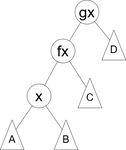
Before: splay_1.png, a diagram exported from draw.io (xglight/photo). Source tidied: cells renumbered, new cells last; positions are measured from the earlier drawing's top-left corner, leaving out a move shared by most shapes.
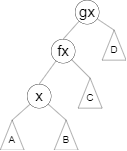
After the commit.

Change to the diagram source:
```diff
@@ -11,10 +11,10 @@
     <mxCell id="4" value="gx" style="ellipse;whiteSpace=wrap;html=1;fontSize=50;" parent="1" vertex="1">
       <mxGeometry x="260" width="80" height="80" as="geometry" />
     </mxCell>
-    <mxCell id="5" style="endArrow=none;html=1;rounded=0;" parent="1" edge="1" source="2" target="3">
+    <mxCell id="5" style="endArrow=none;html=1;rounded=0;exitX=0.5;exitY=0;exitDx=0;exitDy=0;" parent="1" edge="1" source="2" target="3">
       <mxGeometry relative="1" as="geometry" />
     </mxCell>
-    <mxCell id="6" style="endArrow=none;html=1;rounded=0;" parent="1" edge="1" source="3" target="4">
+    <mxCell id="6" style="endArrow=none;html=1;rounded=0;exitX=0.5;exitY=0;exitDx=0;exitDy=0;" parent="1" edge="1" source="3" target="4">
       <mxGeometry relative="1" as="geometry" />
     </mxCell>
     <mxCell id="7" style="triangle;whiteSpace=wrap;html=1;rotation=-90;" parent="1" vertex="1">
@@ -41,16 +41,16 @@
     <mxCell id="14" value="&lt;font style=&quot;font-size: 34px;&quot;&gt;D&lt;/font&gt;" style="text;html=1;align=center;verticalAlign=middle;whiteSpace=wrap;rounded=0;" parent="1" vertex="1">
       <mxGeometry x="360" y="150" width="60" height="30" as="geometry" />
     </mxCell>
-    <mxCell id="15" style="endArrow=none;html=1;rounded=0;" parent="1" edge="1" source="7" target="2">
+    <mxCell id="15" style="endArrow=none;html=1;rounded=0;exitX=1;exitY=0.5;exitDx=0;exitDy=0;" parent="1" edge="1" source="7" target="2">
       <mxGeometry relative="1" as="geometry" />
     </mxCell>
-    <mxCell id="16" style="endArrow=none;html=1;rounded=0;" parent="1" edge="1" source="9" target="2">
+    <mxCell id="16" style="endArrow=none;html=1;rounded=0;exitX=1;exitY=0.5;exitDx=0;exitDy=0;" parent="1" edge="1" source="9" target="2">
       <mxGeometry relative="1" as="geometry" />
     </mxCell>
-    <mxCell id="17" style="endArrow=none;html=1;rounded=0;" parent="1" edge="1" source="11" target="3">
+    <mxCell id="17" style="endArrow=none;html=1;rounded=0;exitX=1;exitY=0.5;exitDx=0;exitDy=0;" parent="1" edge="1" source="11" target="3">
       <mxGeometry relative="1" as="geometry" />
     </mxCell>
-    <mxCell id="18" style="endArrow=none;html=1;rounded=0;" parent="1" edge="1" source="13" target="4">
+    <mxCell id="18" style="endArrow=none;html=1;rounded=0;exitX=1;exitY=0.5;exitDx=0;exitDy=0;" parent="1" edge="1" source="13" target="4">
       <mxGeometry relative="1" as="geometry" />
     </mxCell>
   </root>
```
